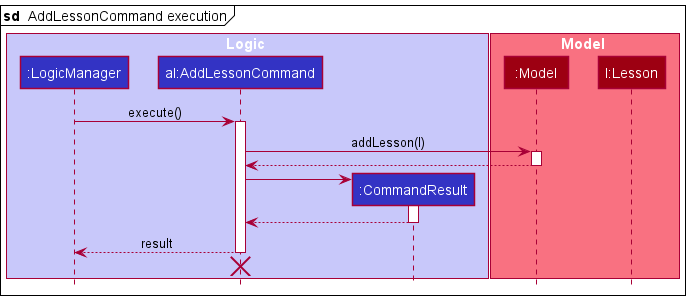
Above: docs/images/DeveloperGuideImage/AddLessonSequenceDiagram1.png in nus-cs2103-AY2122S1/tp (PlantUML), before the change.
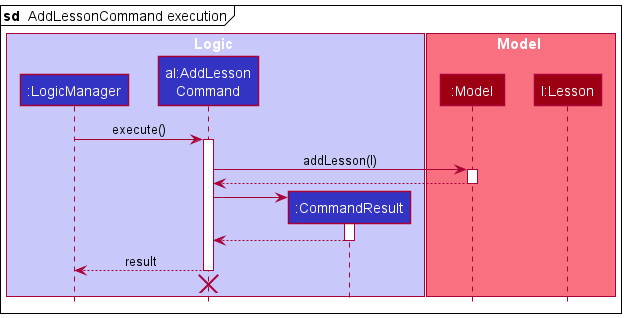
Later version of the same file.

Diff of the diagram source:
```diff
@@ -3,7 +3,7 @@
 
 box Logic LOGIC_COLOR_T1
 participant ":LogicManager" as LogicManager LOGIC_COLOR
-participant "al:AddLessonCommand" as AddLessonCommand LOGIC_COLOR
+participant "al:AddLesson\nCommand" as AddLessonCommand LOGIC_COLOR
 participant ":CommandResult" as CommandResult LOGIC_COLOR
 end box
 
```
